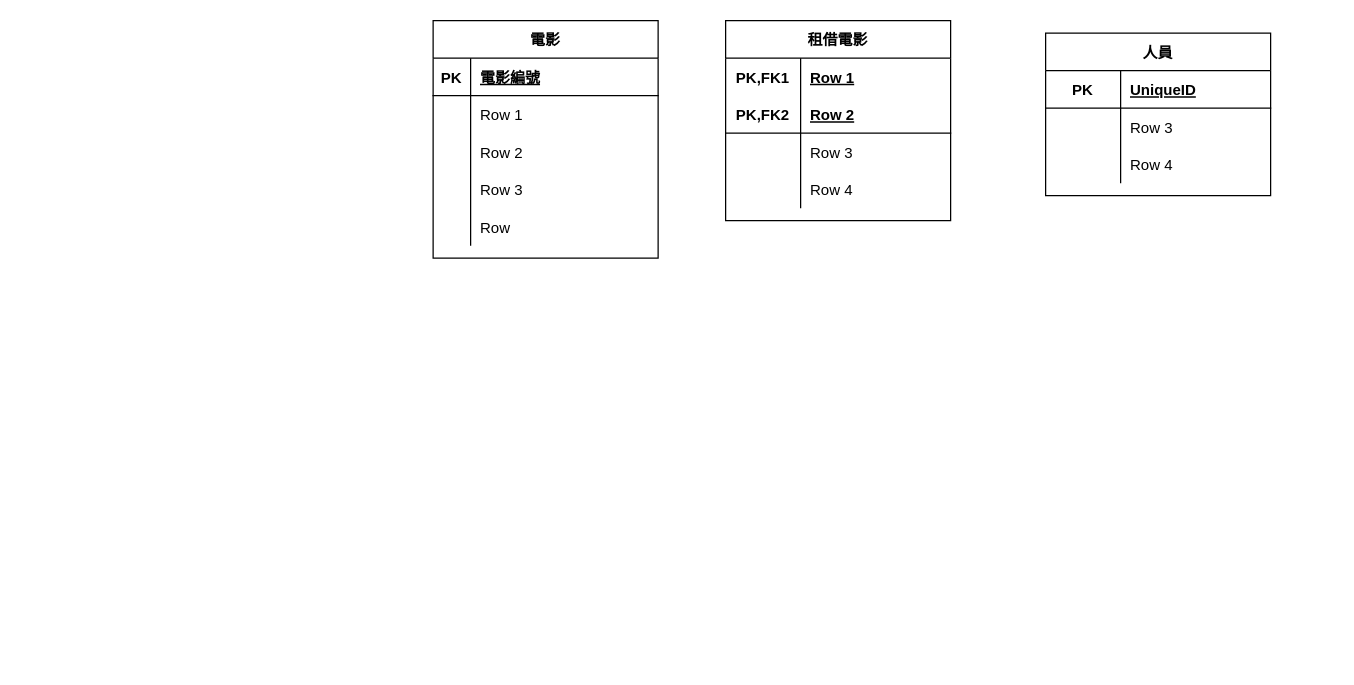
Above: 作業/資料庫/未命名圖表.drawio in NTX8205/School_project (draw.io), before the change. Source tidied: cells renumbered, new cells numbered last; positions are measured from the earlier drawing's top-left corner, leaving out a move shared by most shapes. Both pictures are drawn from the tidied source at 125%, with x=0, y=0 at pixel (432, 20).
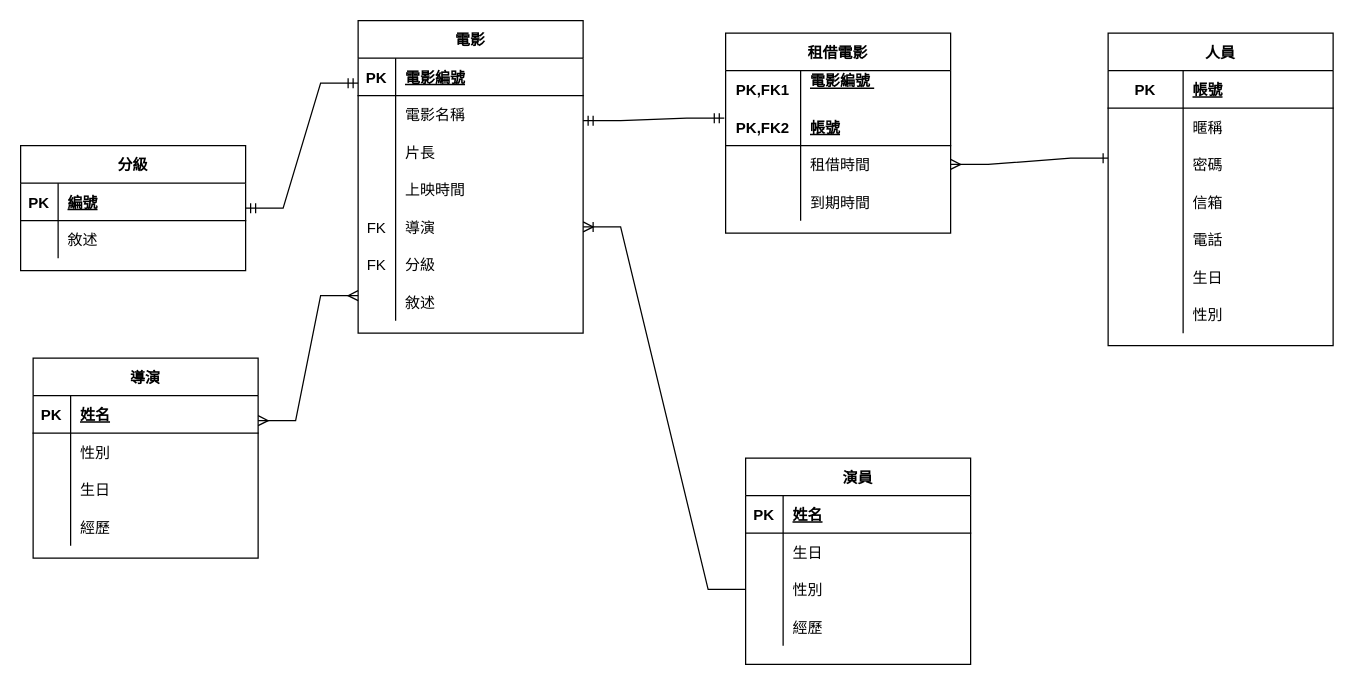
Above is the later version.

Commit message (it also covers changes not shown here):
更新未命名圖表.drawio

The change refers to these unchanged cells:
```xml
<mxCell id="6" style="shape=tableRow;horizontal=0;startSize=0;swimlaneHead=0;swimlaneBody=0;fillColor=none;top=0;left=0;right=0;bottom=0;" parent="2" vertex="1">
  <mxGeometry y="60" width="180" height="30" as="geometry" />
</mxCell>
<mxCell id="9" style="shape=tableRow;horizontal=0;startSize=0;swimlaneHead=0;swimlaneBody=0;fillColor=none;top=0;left=0;right=0;bottom=0;" parent="2" vertex="1">
  <mxGeometry y="90" width="180" height="30" as="geometry" />
</mxCell>
<mxCell id="12" style="shape=tableRow;horizontal=0;startSize=0;swimlaneHead=0;swimlaneBody=0;fillColor=none;top=0;left=0;right=0;bottom=0;" parent="2" vertex="1">
  <mxGeometry y="120" width="180" height="30" as="geometry" />
</mxCell>
<mxCell id="15" style="shape=tableRow;horizontal=0;startSize=0;swimlaneHead=0;swimlaneBody=0;fillColor=none;points=[[0,0.5],[1,0.5]];portConstraint=eastwest;top=0;left=0;right=0;bottom=0;" parent="2" vertex="1">
  <mxGeometry y="150" width="180" height="30" as="geometry" />
</mxCell>
<mxCell id="19" style="shape=tableRow;horizontal=0;startSize=0;swimlaneHead=0;swimlaneBody=0;fillColor=none;top=0;left=0;right=0;bottom=0;" parent="18" vertex="1">
  <mxGeometry y="30" width="180" height="30" as="geometry" />
</mxCell>
<mxCell id="22" style="shape=tableRow;horizontal=0;startSize=0;swimlaneHead=0;swimlaneBody=0;fillColor=none;points=[[0,0.5],[1,0.5]];portConstraint=eastwest;top=0;left=0;right=0;bottom=1;" parent="18" vertex="1">
  <mxGeometry y="60" width="180" height="30" as="geometry" />
</mxCell>
<mxCell id="25" style="shape=tableRow;horizontal=0;startSize=0;swimlaneHead=0;swimlaneBody=0;fillColor=none;points=[[0,0.5],[1,0.5]];portConstraint=eastwest;top=0;left=0;right=0;bottom=0;" parent="18" vertex="1">
  <mxGeometry y="90" width="180" height="30" as="geometry" />
</mxCell>
<mxCell id="28" style="shape=tableRow;horizontal=0;startSize=0;swimlaneHead=0;swimlaneBody=0;fillColor=none;top=0;left=0;right=0;bottom=0;" parent="18" vertex="1">
  <mxGeometry y="120" width="180" height="30" as="geometry" />
</mxCell>
<mxCell id="32" style="shape=tableRow;horizontal=0;startSize=0;swimlaneHead=0;swimlaneBody=0;fillColor=none;top=0;left=0;right=0;bottom=1;" parent="31" vertex="1">
  <mxGeometry y="30" width="180" height="30" as="geometry" />
</mxCell>
<mxCell id="35" style="shape=tableRow;horizontal=0;startSize=0;swimlaneHead=0;swimlaneBody=0;fillColor=none;top=0;left=0;right=0;bottom=0;" parent="31" vertex="1">
  <mxGeometry y="60" width="180" height="30" as="geometry" />
</mxCell>
<mxCell id="38" style="shape=tableRow;horizontal=0;startSize=0;swimlaneHead=0;swimlaneBody=0;fillColor=none;top=0;left=0;right=0;bottom=0;" parent="31" vertex="1">
  <mxGeometry y="90" width="180" height="30" as="geometry" />
</mxCell>
```

Change to the diagram source:
```diff
@@
     <mxCell id="2" value="電影" style="shape=table;startSize=30;childLayout=tableLayout;rowLines=0;fontStyle=1;align=center;" parent="1" vertex="1">
-      <mxGeometry width="180" height="190" as="geometry" />
+      <mxGeometry x="-60" width="180" height="250" as="geometry" />
     </mxCell>
@@
-    <mxCell id="8" value="Row 1" style="shape=partialRectangle;fillColor=none;top=0;left=0;bottom=0;right=0;align=left;spacingLeft=6;overflow=hidden;" parent="6" vertex="1">
+    <mxCell id="8" value="電影名稱 " style="shape=partialRectangle;fillColor=none;top=0;left=0;bottom=0;right=0;align=left;spacingLeft=6;overflow=hidden;" parent="6" vertex="1">
       <mxGeometry x="30" width="150" height="30" as="geometry" />
     </mxCell>
@@
-    <mxCell id="11" value="Row 2" style="shape=partialRectangle;fillColor=none;top=0;left=0;bottom=0;right=0;align=left;spacingLeft=6;overflow=hidden;" parent="9" vertex="1">
+    <mxCell id="11" value="片長" style="shape=partialRectangle;fillColor=none;top=0;left=0;bottom=0;right=0;align=left;spacingLeft=6;overflow=hidden;" parent="9" vertex="1">
       <mxGeometry x="30" width="150" height="30" as="geometry" />
     </mxCell>
@@
-    <mxCell id="14" value="Row 3" style="shape=partialRectangle;fillColor=none;top=0;left=0;bottom=0;right=0;align=left;spacingLeft=6;overflow=hidden;" parent="12" vertex="1">
+    <mxCell id="14" value="上映時間" style="shape=partialRectangle;fillColor=none;top=0;left=0;bottom=0;right=0;align=left;spacingLeft=6;overflow=hidden;" parent="12" vertex="1">
       <mxGeometry x="30" width="150" height="30" as="geometry" />
     </mxCell>
@@
-    <mxCell id="16" style="shape=partialRectangle;fillColor=none;top=0;left=0;bottom=0;right=0;overflow=hidden;" parent="15" vertex="1">
+    <mxCell id="16" value="FK" style="shape=partialRectangle;fillColor=none;top=0;left=0;bottom=0;right=0;overflow=hidden;" parent="15" vertex="1">
       <mxGeometry width="30" height="30" as="geometry" />
     </mxCell>
-    <mxCell id="17" value="Row" style="shape=partialRectangle;fillColor=none;top=0;left=0;bottom=0;right=0;align=left;spacingLeft=6;overflow=hidden;" parent="15" vertex="1">
+    <mxCell id="17" value="導演" style="shape=partialRectangle;fillColor=none;top=0;left=0;bottom=0;right=0;align=left;spacingLeft=6;overflow=hidden;" parent="15" vertex="1">
       <mxGeometry x="30" width="150" height="30" as="geometry" />
     </mxCell>
+    <mxCell id="41" style="shape=tableRow;horizontal=0;startSize=0;swimlaneHead=0;swimlaneBody=0;fillColor=none;top=0;left=0;right=0;bottom=0;" parent="2" vertex="1">
+      <mxGeometry y="180" width="180" height="30" as="geometry" />
+    </mxCell>
+    <mxCell id="42" value="FK" style="shape=partialRectangle;fillColor=none;top=0;left=0;bottom=0;right=0;overflow=hidden;" parent="41" vertex="1">
+      <mxGeometry width="30" height="30" as="geometry" />
+    </mxCell>
+    <mxCell id="43" value="分級" style="shape=partialRectangle;fillColor=none;top=0;left=0;bottom=0;right=0;align=left;spacingLeft=6;overflow=hidden;" parent="41" vertex="1">
+      <mxGeometry x="30" width="150" height="30" as="geometry" />
+    </mxCell>
+    <mxCell id="44" style="shape=tableRow;horizontal=0;startSize=0;swimlaneHead=0;swimlaneBody=0;fillColor=none;top=0;left=0;right=0;bottom=0;" parent="2" vertex="1">
+      <mxGeometry y="210" width="180" height="30" as="geometry" />
+    </mxCell>
+    <mxCell id="45" style="shape=partialRectangle;fillColor=none;top=0;left=0;bottom=0;right=0;overflow=hidden;" parent="44" vertex="1">
+      <mxGeometry width="30" height="30" as="geometry" />
+    </mxCell>
+    <mxCell id="46" value="敘述" style="shape=partialRectangle;fillColor=none;top=0;left=0;bottom=0;right=0;align=left;spacingLeft=6;overflow=hidden;" parent="44" vertex="1">
+      <mxGeometry x="30" width="150" height="30" as="geometry" />
+    </mxCell>
     <mxCell id="18" value="租借電影" style="shape=table;startSize=30;childLayout=tableLayout;rowLines=0;fontStyle=1;align=center;" parent="1" vertex="1">
-      <mxGeometry x="234" width="180" height="160" as="geometry" />
+      <mxGeometry x="234" y="10" width="180" height="160" as="geometry" />
     </mxCell>
@@
-    <mxCell id="21" value="Row 1" style="shape=partialRectangle;fillColor=none;top=0;left=0;bottom=0;right=0;align=left;spacingLeft=6;fontStyle=5;overflow=hidden;" parent="19" vertex="1">
+    <mxCell id="21" value="電影編號 &#10;" style="shape=partialRectangle;fillColor=none;top=0;left=0;bottom=0;right=0;align=left;spacingLeft=6;fontStyle=5;overflow=hidden;" parent="19" vertex="1">
       <mxGeometry x="60" width="120" height="30" as="geometry" />
     </mxCell>
@@
-    <mxCell id="24" value="Row 2" style="shape=partialRectangle;fillColor=none;top=0;left=0;bottom=0;right=0;align=left;spacingLeft=6;fontStyle=5;overflow=hidden;" parent="22" vertex="1">
+    <mxCell id="24" value="帳號" style="shape=partialRectangle;fillColor=none;top=0;left=0;bottom=0;right=0;align=left;spacingLeft=6;fontStyle=5;overflow=hidden;" parent="22" vertex="1">
       <mxGeometry x="60" width="120" height="30" as="geometry" />
     </mxCell>
@@
-    <mxCell id="27" value="Row 3" style="shape=partialRectangle;fillColor=none;top=0;left=0;bottom=0;right=0;align=left;spacingLeft=6;overflow=hidden;" parent="25" vertex="1">
+    <mxCell id="27" value="租借時間" style="shape=partialRectangle;fillColor=none;top=0;left=0;bottom=0;right=0;align=left;spacingLeft=6;overflow=hidden;" parent="25" vertex="1">
       <mxGeometry x="60" width="120" height="30" as="geometry" />
     </mxCell>
@@
-    <mxCell id="30" value="Row 4" style="shape=partialRectangle;fillColor=none;top=0;left=0;bottom=0;right=0;align=left;spacingLeft=6;overflow=hidden;" parent="28" vertex="1">
+    <mxCell id="30" value="到期時間" style="shape=partialRectangle;fillColor=none;top=0;left=0;bottom=0;right=0;align=left;spacingLeft=6;overflow=hidden;" parent="28" vertex="1">
       <mxGeometry x="60" width="120" height="30" as="geometry" />
     </mxCell>
     <mxCell id="31" value="人員" style="shape=table;startSize=30;childLayout=tableLayout;rowLines=0;fontStyle=1;align=center;" parent="1" vertex="1">
-      <mxGeometry x="490" y="10" width="180" height="130" as="geometry" />
+      <mxGeometry x="540" y="10" width="180" height="250" as="geometry" />
     </mxCell>
@@
-    <mxCell id="34" value="UniqueID" style="shape=partialRectangle;fillColor=none;top=0;left=0;bottom=0;right=0;align=left;spacingLeft=6;fontStyle=5;overflow=hidden;" parent="32" vertex="1">
+    <mxCell id="34" value="帳號" style="shape=partialRectangle;fillColor=none;top=0;left=0;bottom=0;right=0;align=left;spacingLeft=6;fontStyle=5;overflow=hidden;" parent="32" vertex="1">
       <mxGeometry x="60" width="120" height="30" as="geometry" />
     </mxCell>
@@
-    <mxCell id="37" value="Row 3" style="shape=partialRectangle;fillColor=none;top=0;left=0;bottom=0;right=0;align=left;spacingLeft=6;overflow=hidden;" parent="35" vertex="1">
+    <mxCell id="37" value="暱稱" style="shape=partialRectangle;fillColor=none;top=0;left=0;bottom=0;right=0;align=left;spacingLeft=6;overflow=hidden;" parent="35" vertex="1">
       <mxGeometry x="60" width="120" height="30" as="geometry" />
     </mxCell>
@@
-    <mxCell id="40" value="Row 4" style="shape=partialRectangle;fillColor=none;top=0;left=0;bottom=0;right=0;align=left;spacingLeft=6;overflow=hidden;" parent="38" vertex="1">
+    <mxCell id="40" value="密碼" style="shape=partialRectangle;fillColor=none;top=0;left=0;bottom=0;right=0;align=left;spacingLeft=6;overflow=hidden;" parent="38" vertex="1">
       <mxGeometry x="60" width="120" height="30" as="geometry" />
     </mxCell>
+    <mxCell id="47" style="shape=tableRow;horizontal=0;startSize=0;swimlaneHead=0;swimlaneBody=0;fillColor=none;top=0;left=0;right=0;bottom=0;" parent="31" vertex="1">
+      <mxGeometry y="120" width="180" height="30" as="geometry" />
+    </mxCell>
+    <mxCell id="48" style="shape=partialRectangle;fillColor=none;top=0;left=0;bottom=0;right=0;overflow=hidden;" parent="47" vertex="1">
+      <mxGeometry width="60" height="30" as="geometry" />
+    </mxCell>
+    <mxCell id="49" value="信箱" style="shape=partialRectangle;fillColor=none;top=0;left=0;bottom=0;right=0;align=left;spacingLeft=6;overflow=hidden;" parent="47" vertex="1">
+      <mxGeometry x="60" width="120" height="30" as="geometry" />
+    </mxCell>
+    <mxCell id="50" style="shape=tableRow;horizontal=0;startSize=0;swimlaneHead=0;swimlaneBody=0;fillColor=none;top=0;left=0;right=0;bottom=0;" parent="31" vertex="1">
+      <mxGeometry y="150" width="180" height="30" as="geometry" />
+    </mxCell>
+    <mxCell id="51" style="shape=partialRectangle;fillColor=none;top=0;left=0;bottom=0;right=0;overflow=hidden;" parent="50" vertex="1">
+      <mxGeometry width="60" height="30" as="geometry" />
+    </mxCell>
+    <mxCell id="52" value="電話" style="shape=partialRectangle;fillColor=none;top=0;left=0;bottom=0;right=0;align=left;spacingLeft=6;overflow=hidden;" parent="50" vertex="1">
+      <mxGeometry x="60" width="120" height="30" as="geometry" />
+    </mxCell>
+    <mxCell id="53" style="shape=tableRow;horizontal=0;startSize=0;swimlaneHead=0;swimlaneBody=0;fillColor=none;top=0;left=0;right=0;bottom=0;" parent="31" vertex="1">
+      <mxGeometry y="180" width="180" height="30" as="geometry" />
+    </mxCell>
+    <mxCell id="54" style="shape=partialRectangle;fillColor=none;top=0;left=0;bottom=0;right=0;overflow=hidden;" parent="53" vertex="1">
+      <mxGeometry width="60" height="30" as="geometry" />
+    </mxCell>
+    <mxCell id="55" value="生日" style="shape=partialRectangle;fillColor=none;top=0;left=0;bottom=0;right=0;align=left;spacingLeft=6;overflow=hidden;" parent="53" vertex="1">
+      <mxGeometry x="60" width="120" height="30" as="geometry" />
+    </mxCell>
+    <mxCell id="56" style="shape=tableRow;horizontal=0;startSize=0;swimlaneHead=0;swimlaneBody=0;fillColor=none;top=0;left=0;right=0;bottom=0;" parent="31" vertex="1">
+      <mxGeometry y="210" width="180" height="30" as="geometry" />
+    </mxCell>
+    <mxCell id="57" style="shape=partialRectangle;fillColor=none;top=0;left=0;bottom=0;right=0;overflow=hidden;" parent="56" vertex="1">
+      <mxGeometry width="60" height="30" as="geometry" />
+    </mxCell>
+    <mxCell id="58" value="性別" style="shape=partialRectangle;fillColor=none;top=0;left=0;bottom=0;right=0;align=left;spacingLeft=6;overflow=hidden;" parent="56" vertex="1">
+      <mxGeometry x="60" width="120" height="30" as="geometry" />
+    </mxCell>
+    <mxCell id="59" value="導演" style="shape=table;startSize=30;childLayout=tableLayout;rowLines=0;fontStyle=1;align=center;" parent="1" vertex="1">
+      <mxGeometry x="-320" y="270" width="180" height="160" as="geometry" />
+    </mxCell>
+    <mxCell id="60" style="shape=tableRow;horizontal=0;startSize=0;swimlaneHead=0;swimlaneBody=0;fillColor=none;top=0;left=0;right=0;bottom=1;" parent="59" vertex="1">
+      <mxGeometry y="30" width="180" height="30" as="geometry" />
+    </mxCell>
+    <mxCell id="61" value="PK" style="shape=partialRectangle;fillColor=none;top=0;left=0;bottom=0;right=0;fontStyle=1;overflow=hidden;" parent="60" vertex="1">
+      <mxGeometry width="30" height="30" as="geometry" />
+    </mxCell>
+    <mxCell id="62" value="姓名" style="shape=partialRectangle;fillColor=none;top=0;left=0;bottom=0;right=0;align=left;spacingLeft=6;fontStyle=5;overflow=hidden;" parent="60" vertex="1">
+      <mxGeometry x="30" width="150" height="30" as="geometry" />
+    </mxCell>
+    <mxCell id="63" style="shape=tableRow;horizontal=0;startSize=0;swimlaneHead=0;swimlaneBody=0;fillColor=none;top=0;left=0;right=0;bottom=0;" parent="59" vertex="1">
+      <mxGeometry y="60" width="180" height="30" as="geometry" />
+    </mxCell>
+    <mxCell id="64" style="shape=partialRectangle;fillColor=none;top=0;left=0;bottom=0;right=0;overflow=hidden;" parent="63" vertex="1">
+      <mxGeometry width="30" height="30" as="geometry" />
+    </mxCell>
+    <mxCell id="65" value="性別" style="shape=partialRectangle;fillColor=none;top=0;left=0;bottom=0;right=0;align=left;spacingLeft=6;overflow=hidden;" parent="63" vertex="1">
+      <mxGeometry x="30" width="150" height="30" as="geometry" />
+    </mxCell>
+    <mxCell id="66" style="shape=tableRow;horizontal=0;startSize=0;swimlaneHead=0;swimlaneBody=0;fillColor=none;top=0;left=0;right=0;bottom=0;" parent="59" vertex="1">
+      <mxGeometry y="90" width="180" height="30" as="geometry" />
+    </mxCell>
+    <mxCell id="67" style="shape=partialRectangle;fillColor=none;top=0;left=0;bottom=0;right=0;overflow=hidden;" parent="66" vertex="1">
+      <mxGeometry width="30" height="30" as="geometry" />
+    </mxCell>
+    <mxCell id="68" value="生日" style="shape=partialRectangle;fillColor=none;top=0;left=0;bottom=0;right=0;align=left;spacingLeft=6;overflow=hidden;" parent="66" vertex="1">
+      <mxGeometry x="30" width="150" height="30" as="geometry" />
+    </mxCell>
+    <mxCell id="69" style="shape=tableRow;horizontal=0;startSize=0;swimlaneHead=0;swimlaneBody=0;fillColor=none;top=0;left=0;right=0;bottom=0;" parent="59" vertex="1">
+      <mxGeometry y="120" width="180" height="30" as="geometry" />
+    </mxCell>
+    <mxCell id="70" style="shape=partialRectangle;fillColor=none;top=0;left=0;bottom=0;right=0;overflow=hidden;" parent="69" vertex="1">
+      <mxGeometry width="30" height="30" as="geometry" />
+    </mxCell>
+    <mxCell id="71" value="經歷" style="shape=partialRectangle;fillColor=none;top=0;left=0;bottom=0;right=0;align=left;spacingLeft=6;overflow=hidden;" parent="69" vertex="1">
+      <mxGeometry x="30" width="150" height="30" as="geometry" />
+    </mxCell>
+    <mxCell id="72" value="分級" style="shape=table;startSize=30;childLayout=tableLayout;rowLines=0;fontStyle=1;align=center;" parent="1" vertex="1">
+      <mxGeometry x="-330" y="100" width="180" height="100" as="geometry" />
+    </mxCell>
+    <mxCell id="73" style="shape=tableRow;horizontal=0;startSize=0;swimlaneHead=0;swimlaneBody=0;fillColor=none;top=0;left=0;right=0;bottom=1;" parent="72" vertex="1">
+      <mxGeometry y="30" width="180" height="30" as="geometry" />
+    </mxCell>
+    <mxCell id="74" value="PK" style="shape=partialRectangle;fillColor=none;top=0;left=0;bottom=0;right=0;fontStyle=1;overflow=hidden;" parent="73" vertex="1">
+      <mxGeometry width="30" height="30" as="geometry" />
+    </mxCell>
+    <mxCell id="75" value="編號" style="shape=partialRectangle;fillColor=none;top=0;left=0;bottom=0;right=0;align=left;spacingLeft=6;fontStyle=5;overflow=hidden;" parent="73" vertex="1">
+      <mxGeometry x="30" width="150" height="30" as="geometry" />
+    </mxCell>
+    <mxCell id="76" style="shape=tableRow;horizontal=0;startSize=0;swimlaneHead=0;swimlaneBody=0;fillColor=none;top=0;left=0;right=0;bottom=0;" parent="72" vertex="1">
+      <mxGeometry y="60" width="180" height="30" as="geometry" />
+    </mxCell>
+    <mxCell id="77" style="shape=partialRectangle;fillColor=none;top=0;left=0;bottom=0;right=0;overflow=hidden;" parent="76" vertex="1">
+      <mxGeometry width="30" height="30" as="geometry" />
+    </mxCell>
+    <mxCell id="78" value="敘述" style="shape=partialRectangle;fillColor=none;top=0;left=0;bottom=0;right=0;align=left;spacingLeft=6;overflow=hidden;" parent="76" vertex="1">
+      <mxGeometry x="30" width="150" height="30" as="geometry" />
+    </mxCell>
+    <mxCell id="79" style="edgeStyle=entityRelationEdgeStyle;fontSize=12;html=1;endArrow=ERmandOne;startArrow=ERmandOne;rounded=0;" parent="1" edge="1">
+      <mxGeometry relative="1" as="geometry">
+        <mxPoint x="-150" y="150" as="sourcePoint" />
+        <mxPoint x="-60" y="50" as="targetPoint" />
+      </mxGeometry>
+    </mxCell>
+    <mxCell id="80" style="edgeStyle=entityRelationEdgeStyle;fontSize=12;html=1;endArrow=ERone;rounded=0;endFill=0;startArrow=ERmany;startFill=0;exitX=1;exitY=0.5;exitDx=0;exitDy=0;" parent="1" edge="1" source="25">
+      <mxGeometry relative="1" as="geometry">
+        <mxPoint x="540" y="110" as="targetPoint" />
+      </mxGeometry>
+    </mxCell>
+    <mxCell id="81" style="edgeStyle=entityRelationEdgeStyle;fontSize=12;html=1;endArrow=ERmany;startArrow=ERmany;rounded=0;" parent="1" edge="1">
+      <mxGeometry relative="1" as="geometry">
+        <mxPoint x="-140" y="320" as="sourcePoint" />
+        <mxPoint x="-60" y="220" as="targetPoint" />
+      </mxGeometry>
+    </mxCell>
+    <mxCell id="82" style="edgeStyle=entityRelationEdgeStyle;fontSize=12;html=1;endArrow=ERmandOne;startArrow=ERmandOne;rounded=0;entryX=-0.006;entryY=0.267;entryDx=0;entryDy=0;entryPerimeter=0;" parent="1" edge="1" target="22">
+      <mxGeometry relative="1" as="geometry">
+        <mxPoint x="120" y="80" as="sourcePoint" />
+      </mxGeometry>
+    </mxCell>
+    <mxCell id="83" value="演員" style="shape=table;startSize=30;childLayout=tableLayout;rowLines=0;fontStyle=1;align=center;" parent="1" vertex="1">
+      <mxGeometry x="250" y="350" width="180" height="165" as="geometry" />
+    </mxCell>
+    <mxCell id="84" style="shape=tableRow;horizontal=0;startSize=0;swimlaneHead=0;swimlaneBody=0;fillColor=none;top=0;left=0;right=0;bottom=1;" parent="83" vertex="1">
+      <mxGeometry y="30" width="180" height="30" as="geometry" />
+    </mxCell>
+    <mxCell id="85" value="PK" style="shape=partialRectangle;fillColor=none;top=0;left=0;bottom=0;right=0;fontStyle=1;overflow=hidden;" parent="84" vertex="1">
+      <mxGeometry width="30" height="30" as="geometry" />
+    </mxCell>
+    <mxCell id="86" value="姓名" style="shape=partialRectangle;fillColor=none;top=0;left=0;bottom=0;right=0;align=left;spacingLeft=6;fontStyle=5;overflow=hidden;" parent="84" vertex="1">
+      <mxGeometry x="30" width="150" height="30" as="geometry" />
+    </mxCell>
+    <mxCell id="87" style="shape=tableRow;horizontal=0;startSize=0;swimlaneHead=0;swimlaneBody=0;fillColor=none;top=0;left=0;right=0;bottom=0;" parent="83" vertex="1">
+      <mxGeometry y="60" width="180" height="30" as="geometry" />
+    </mxCell>
+    <mxCell id="88" style="shape=partialRectangle;fillColor=none;top=0;left=0;bottom=0;right=0;overflow=hidden;" parent="87" vertex="1">
+      <mxGeometry width="30" height="30" as="geometry" />
+    </mxCell>
+    <mxCell id="89" value="生日" style="shape=partialRectangle;fillColor=none;top=0;left=0;bottom=0;right=0;align=left;spacingLeft=6;overflow=hidden;" parent="87" vertex="1">
+      <mxGeometry x="30" width="150" height="30" as="geometry" />
+    </mxCell>
+    <mxCell id="90" style="shape=tableRow;horizontal=0;startSize=0;swimlaneHead=0;swimlaneBody=0;fillColor=none;points=[[0,0.5],[1,0.5]];portConstraint=eastwest;top=0;left=0;right=0;bottom=0;" parent="83" vertex="1">
+      <mxGeometry y="90" width="180" height="30" as="geometry" />
+    </mxCell>
+    <mxCell id="91" style="shape=partialRectangle;fillColor=none;top=0;left=0;bottom=0;right=0;overflow=hidden;" parent="90" vertex="1">
+      <mxGeometry width="30" height="30" as="geometry" />
+    </mxCell>
+    <mxCell id="92" value="性別" style="shape=partialRectangle;fillColor=none;top=0;left=0;bottom=0;right=0;align=left;spacingLeft=6;overflow=hidden;" parent="90" vertex="1">
+      <mxGeometry x="30" width="150" height="30" as="geometry" />
+    </mxCell>
+    <mxCell id="93" style="shape=tableRow;horizontal=0;startSize=0;swimlaneHead=0;swimlaneBody=0;fillColor=none;top=0;left=0;right=0;bottom=0;" parent="83" vertex="1">
+      <mxGeometry y="120" width="180" height="30" as="geometry" />
+    </mxCell>
+    <mxCell id="94" style="shape=partialRectangle;fillColor=none;top=0;left=0;bottom=0;right=0;overflow=hidden;" parent="93" vertex="1">
+      <mxGeometry width="30" height="30" as="geometry" />
+    </mxCell>
+    <mxCell id="95" value="經歷" style="shape=partialRectangle;fillColor=none;top=0;left=0;bottom=0;right=0;align=left;spacingLeft=6;overflow=hidden;" parent="93" vertex="1">
+      <mxGeometry x="30" width="150" height="30" as="geometry" />
+    </mxCell>
+    <mxCell id="96" style="edgeStyle=entityRelationEdgeStyle;fontSize=12;html=1;endArrow=none;rounded=0;startArrow=ERoneToMany;startFill=0;endFill=0;exitX=1;exitY=0.5;exitDx=0;exitDy=0;entryX=0;entryY=0.5;entryDx=0;entryDy=0;" parent="1" edge="1" source="15" target="90">
+      <mxGeometry relative="1" as="geometry" />
+    </mxCell>
```
